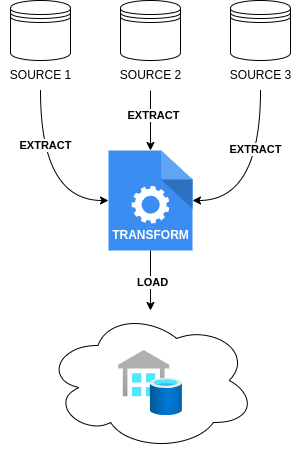
Earlier version of the draw.io export style/etl.png (shaikezam/shaikezam.github.io). Source tidied: cells renumbered, new cells last; positions are measured from the earlier drawing's top-left corner, leaving out a move shared by most shapes.
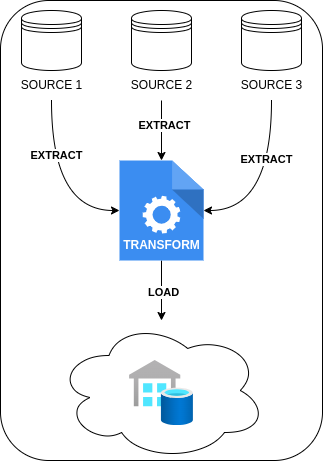
Above is the later version.

Commit message:
start schema

What changed in the source:
```diff
@@ -2,6 +2,9 @@
   <root>
     <mxCell id="0" />
     <mxCell id="1" parent="0" />
+    <mxCell id="20" style="rounded=1;whiteSpace=wrap;html=1;" parent="1" vertex="1">
+      <mxGeometry x="-11" y="-10" width="322" height="460" as="geometry" />
+    </mxCell>
     <mxCell id="2" style="ellipse;shape=cloud;whiteSpace=wrap;html=1;" parent="1" vertex="1">
       <mxGeometry x="45" y="310" width="210" height="140" as="geometry" />
     </mxCell>
```
